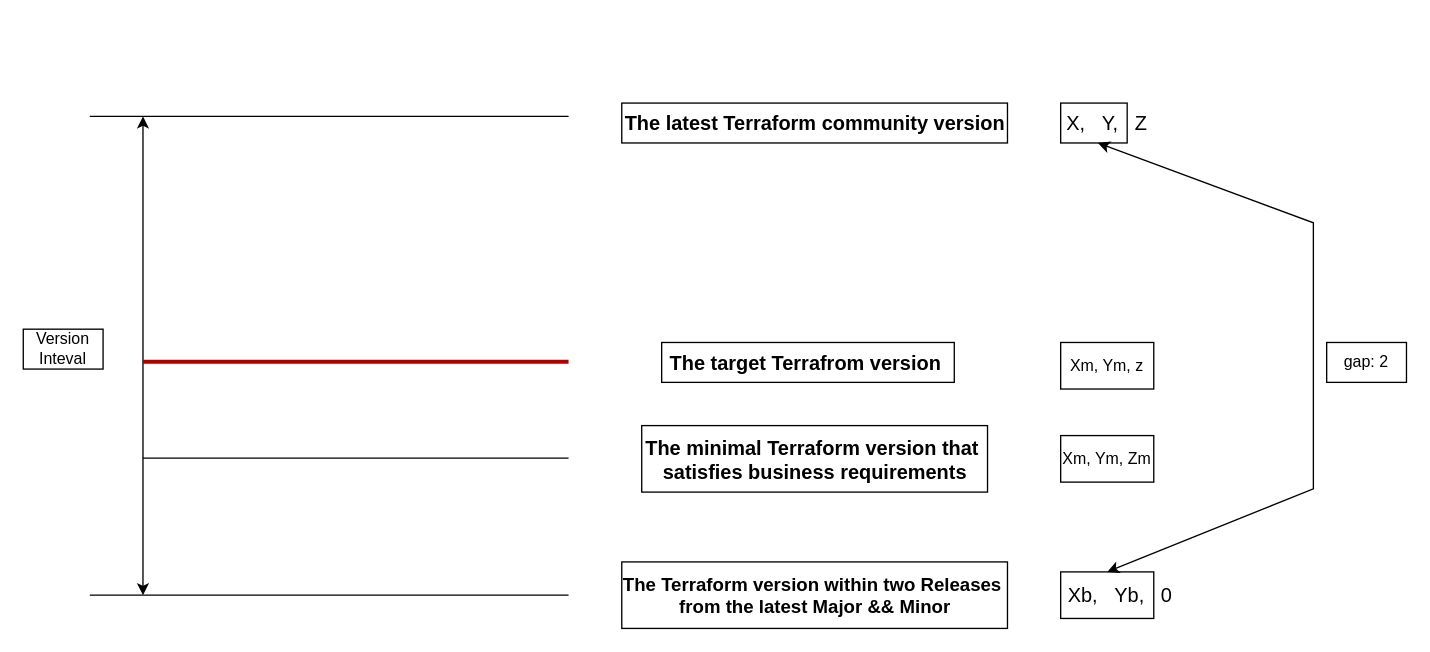
The draw.io diagram terraform-version-chosen-strategy.drawio in YanshanSong/draw.io, before the edit. Source tidied: cells renumbered, new cells numbered last; positions are measured from the earlier drawing's top-left corner, leaving out a move shared by most shapes. Both pictures are drawn from the tidied source at 133%, with x=0, y=0 at pixel (23, 102).
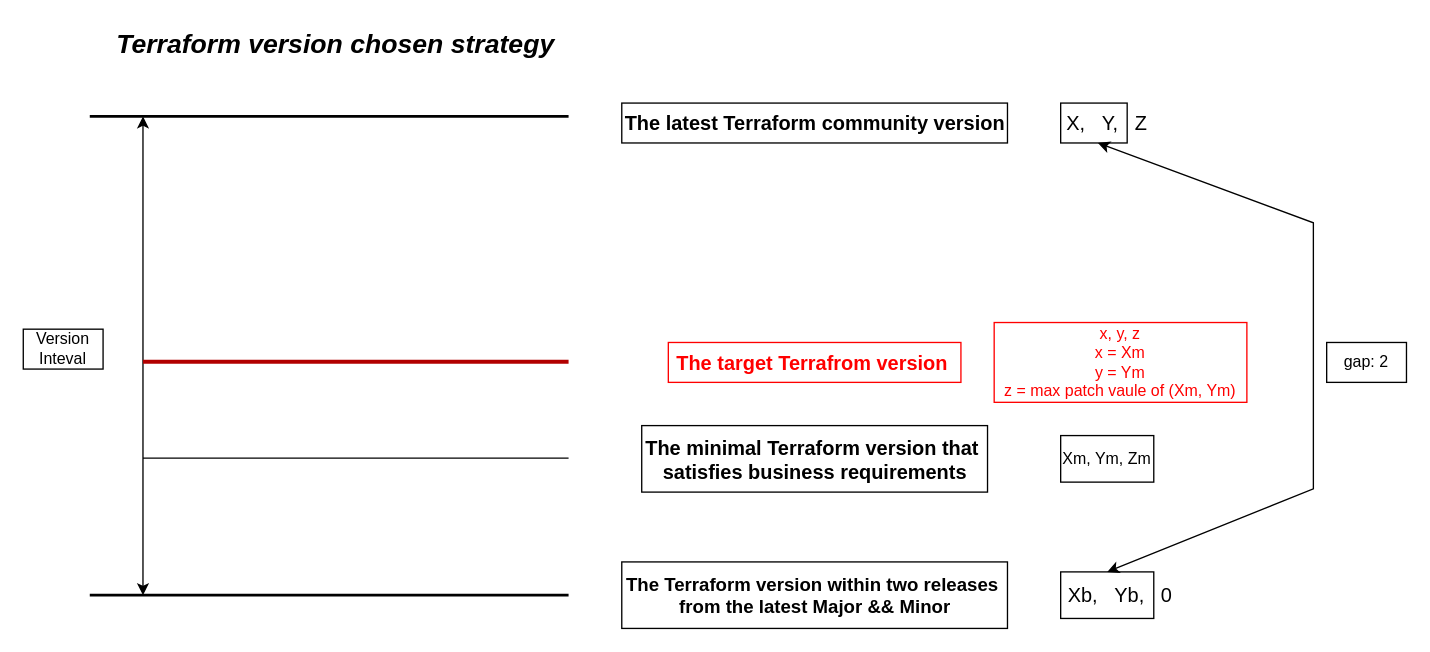
After the change.

The edit, as a diff of the source:
```diff
@@
-    <mxCell id="3" style="endArrow=none;html=1;rounded=0;" parent="1" edge="1">
+    <mxCell id="3" style="endArrow=none;html=1;rounded=0;strokeWidth=2;" parent="1" edge="1">
       <mxGeometry relative="1" as="geometry">
         <mxPoint x="50" y="10" as="sourcePoint" />
         <mxPoint x="410" y="10" as="targetPoint" />
       </mxGeometry>
     </mxCell>
-    <mxCell id="4" style="endArrow=none;html=1;rounded=0;" parent="1" edge="1">
+    <mxCell id="4" style="endArrow=none;html=1;rounded=0;strokeWidth=2;" parent="1" edge="1">
       <mxGeometry relative="1" as="geometry">
         <mxPoint x="50" y="370" as="sourcePoint" />
         <mxPoint x="410" y="370" as="targetPoint" />
       </mxGeometry>
     </mxCell>
@@
-    <mxCell id="6" value="The Terraform version within two Releases&amp;nbsp;&lt;br style=&quot;font-size: 14px;&quot;&gt;from the latest Major &amp;amp;&amp;amp; Minor" style="text;html=1;align=center;verticalAlign=middle;strokeColor=default;fillColor=none;gradientColor=none;fontSize=14;fontStyle=1;" parent="1" vertex="1">
+    <mxCell id="6" value="The Terraform version within two releases&amp;nbsp;&lt;br style=&quot;font-size: 14px;&quot;&gt;from the latest Major &amp;amp;&amp;amp; Minor" style="text;html=1;align=center;verticalAlign=middle;strokeColor=default;fillColor=none;gradientColor=none;fontSize=14;fontStyle=1;" parent="1" vertex="1">
       <mxGeometry x="450" y="345" width="290" height="50" as="geometry" />
     </mxCell>
@@
-    <mxCell id="18" value="&lt;span style=&quot;font-size: 15px;&quot;&gt;The target Terrafrom version&amp;nbsp;&lt;/span&gt;" style="text;html=1;align=center;verticalAlign=middle;strokeColor=default;fillColor=none;fontStyle=1;" parent="1" vertex="1">
-      <mxGeometry x="480" y="180" width="220" height="30" as="geometry" />
+    <mxCell id="18" value="&lt;span style=&quot;font-size: 15px;&quot;&gt;&lt;font color=&quot;#ff0000&quot;&gt;The target Terrafrom version&amp;nbsp;&lt;/font&gt;&lt;/span&gt;" style="text;html=1;align=center;verticalAlign=middle;strokeColor=#FF0000;fillColor=none;fontStyle=1;" parent="1" vertex="1">
+      <mxGeometry x="485" y="180" width="220" height="30" as="geometry" />
     </mxCell>
-    <mxCell id="19" value="Xm, Ym, z" style="rounded=0;whiteSpace=wrap;html=1;fillColor=none;" parent="1" vertex="1">
-      <mxGeometry x="780" y="180" width="70" height="35" as="geometry" />
+    <mxCell id="19" value="&lt;div&gt;&lt;font&gt;x, y, z&lt;/font&gt;&lt;/div&gt;&lt;div&gt;&lt;span style=&quot;background-color: initial;&quot;&gt;x = Xm&lt;/span&gt;&lt;/div&gt;&lt;div&gt;&lt;span style=&quot;background-color: initial;&quot;&gt;y = Ym&lt;/span&gt;&lt;/div&gt;&lt;div&gt;&lt;span style=&quot;background-color: initial;&quot;&gt;z = max patch vaule of (Xm, Ym)&lt;/span&gt;&lt;/div&gt;" style="rounded=0;whiteSpace=wrap;html=1;fillColor=none;fontColor=#FF0000;strokeColor=#FF0000;" parent="1" vertex="1">
+      <mxGeometry x="730" y="165" width="190" height="60" as="geometry" />
     </mxCell>
+    <mxCell id="20" value="&lt;i style=&quot;font-size: 20px;&quot;&gt;&lt;b style=&quot;font-size: 20px;&quot;&gt;Terraform version chosen &lt;font style=&quot;font-size: 20px;&quot;&gt;strategy&lt;/font&gt;&lt;/b&gt;&lt;/i&gt;" style="text;html=1;align=center;verticalAlign=middle;whiteSpace=wrap;rounded=0;strokeColor=none;fontSize=20;" parent="1" vertex="1">
+      <mxGeometry x="60" y="-60" width="350" height="30" as="geometry" />
+    </mxCell>
```
